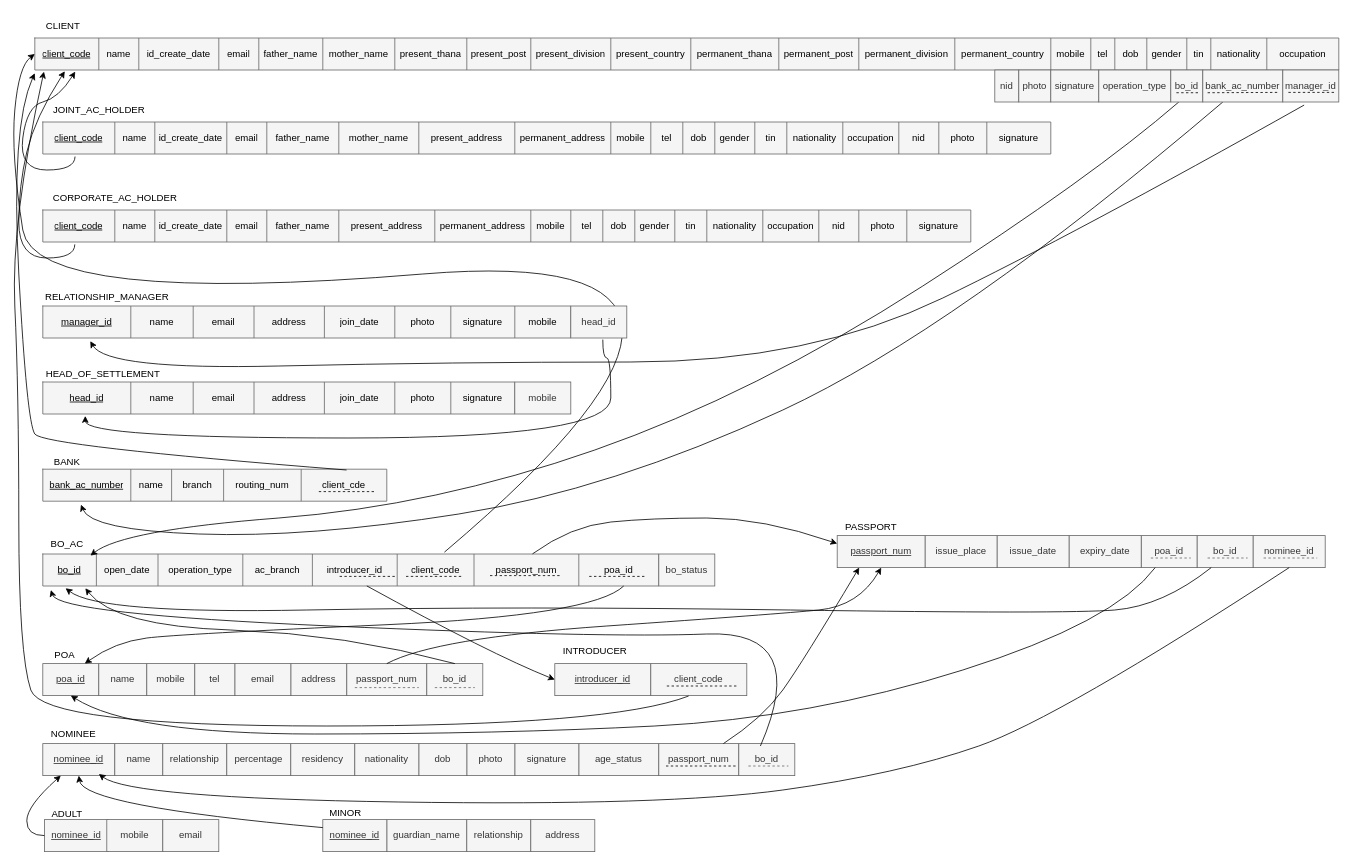
This is report/schema.drawio from MohaiminAlif/LankabanglaUniProject, a draw.io file, before an edit. Source tidied: cells renumbered, new cells numbered last; positions are measured from the earlier drawing's top-left corner, leaving out a move shared by most shapes. Both pictures are drawn from the tidied source at 80%, with x=0, y=0 at pixel (10, 14).
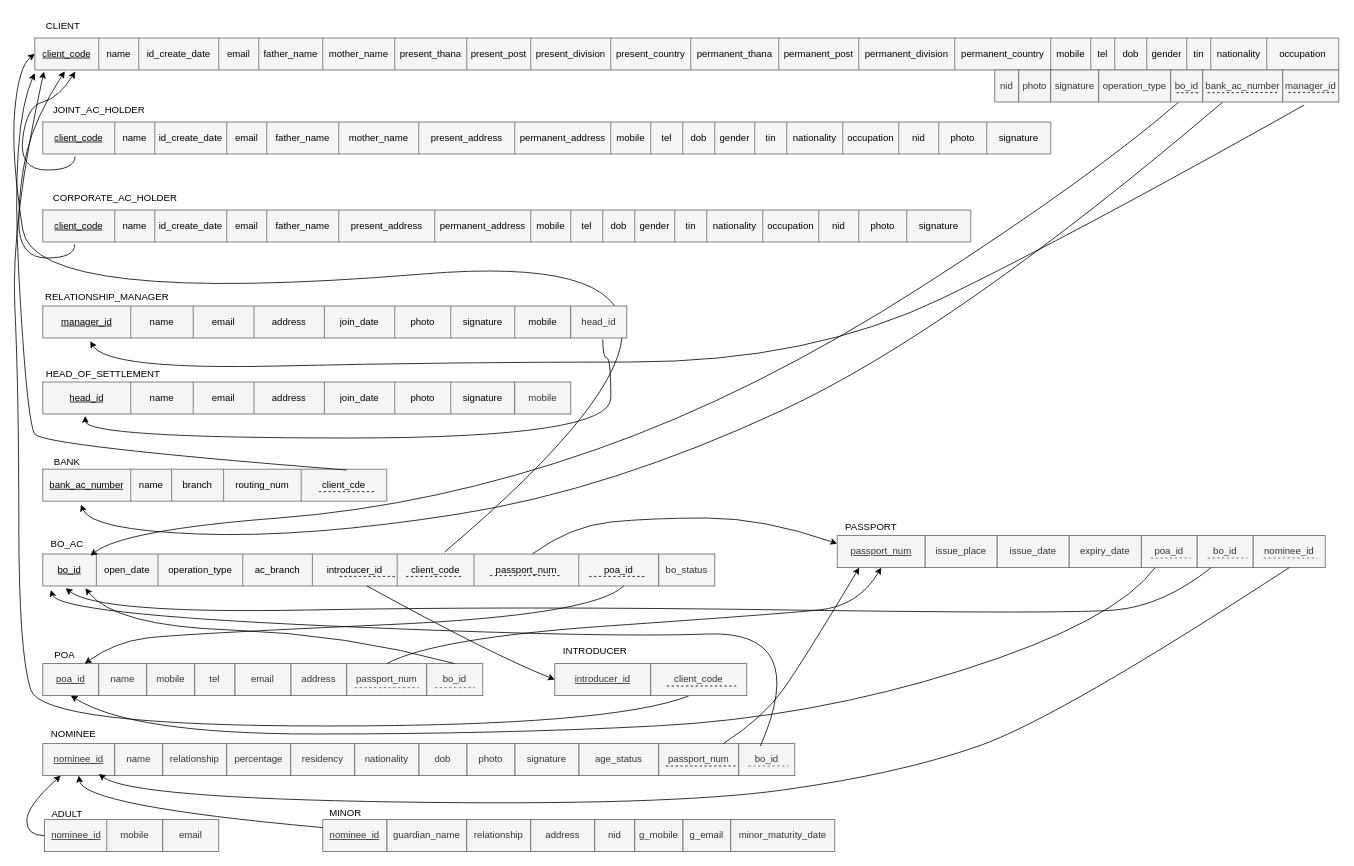
Above is the later version.

The edit, as a diff of the source:
```diff
@@
+    <mxCell id="197" value="nid" style="rounded=0;whiteSpace=wrap;html=1;fillColor=#f5f5f5;fontColor=#333333;strokeColor=#666666;" parent="1" vertex="1">
+      <mxGeometry x="730" y="1007" width="50" height="40" as="geometry" />
+    </mxCell>
+    <mxCell id="198" value="g_email" style="rounded=0;whiteSpace=wrap;html=1;fillColor=#f5f5f5;fontColor=#333333;strokeColor=#666666;" parent="1" vertex="1">
+      <mxGeometry x="840" y="1007" width="60" height="40" as="geometry" />
+    </mxCell>
+    <mxCell id="199" value="g_mobile" style="rounded=0;whiteSpace=wrap;html=1;fillColor=#f5f5f5;fontColor=#333333;strokeColor=#666666;" parent="1" vertex="1">
+      <mxGeometry x="780" y="1007" width="60" height="40" as="geometry" />
+    </mxCell>
+    <mxCell id="200" value="minor_maturity_date" style="rounded=0;whiteSpace=wrap;html=1;fillColor=#f5f5f5;fontColor=#333333;strokeColor=#666666;" parent="1" vertex="1">
+      <mxGeometry x="900" y="1007" width="130" height="40" as="geometry" />
+    </mxCell>
```
